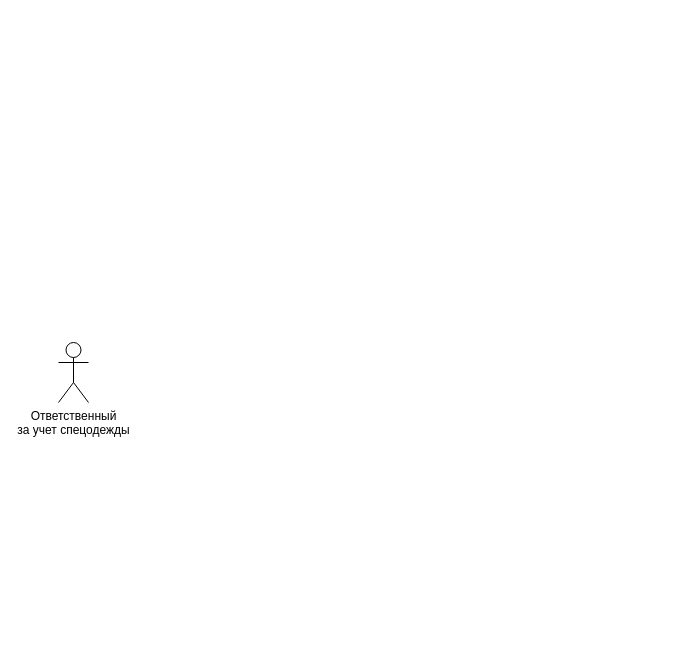
Earlier version of the draw.io diagram docs/diagrams/UseCases.drawio (magarich228/UniformAccountingSystem). Source tidied: cells renumbered, new cells numbered last; positions are measured from the earlier drawing's top-left corner, leaving out a move shared by most shapes. Both pictures are drawn from the tidied source at 100%, with x=0, y=0 at pixel (58, 342).
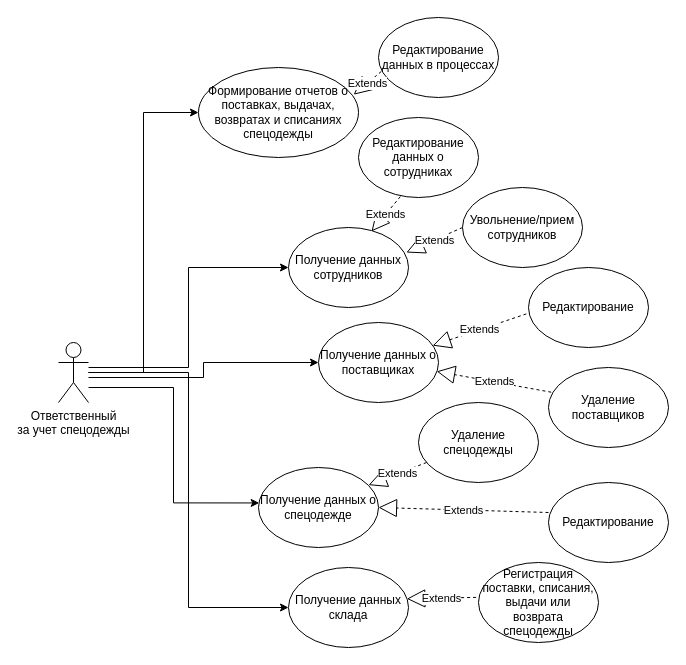
After the change.

Commit message:
Реализована диаграмма вариантов использования.

The change refers to these unchanged cells:
```xml
<mxCell id="2" value="Ответственный&lt;br&gt;за учет спецодежды" style="shape=umlActor;verticalLabelPosition=bottom;verticalAlign=top;html=1;outlineConnect=0;" parent="1" vertex="1">
  <mxGeometry width="30" height="60" as="geometry" />
</mxCell>
```

The edit, as a diff of the source:
```diff
@@
+    <mxCell id="3" style="edgeStyle=orthogonalEdgeStyle;rounded=0;jettySize=auto;html=1;entryX=0;entryY=0.5;entryDx=0;entryDy=0;" parent="1" edge="1" source="2" target="8">
+      <mxGeometry relative="1" as="geometry">
+        <Array as="points">
+          <mxPoint x="130" y="25" />
+          <mxPoint x="130" y="-75" />
+        </Array>
+      </mxGeometry>
+    </mxCell>
+    <mxCell id="4" style="edgeStyle=orthogonalEdgeStyle;rounded=0;jettySize=auto;html=1;entryX=0;entryY=0.5;entryDx=0;entryDy=0;" parent="1" edge="1" source="2" target="13">
+      <mxGeometry relative="1" as="geometry">
+        <Array as="points">
+          <mxPoint x="145" y="35" />
+          <mxPoint x="145" y="20" />
+        </Array>
+      </mxGeometry>
+    </mxCell>
+    <mxCell id="5" style="edgeStyle=orthogonalEdgeStyle;rounded=0;jettySize=auto;html=1;entryX=0.006;entryY=0.443;entryDx=0;entryDy=0;entryPerimeter=0;" parent="1" edge="1" source="2" target="18">
+      <mxGeometry relative="1" as="geometry">
+        <Array as="points">
+          <mxPoint x="115" y="45" />
+          <mxPoint x="115" y="160" />
+        </Array>
+      </mxGeometry>
+    </mxCell>
+    <mxCell id="6" style="edgeStyle=orthogonalEdgeStyle;rounded=0;jettySize=auto;html=1;entryX=0;entryY=0.5;entryDx=0;entryDy=0;" parent="1" edge="1" source="2" target="24">
+      <mxGeometry relative="1" as="geometry" />
+    </mxCell>
+    <mxCell id="7" style="edgeStyle=orthogonalEdgeStyle;rounded=0;jettySize=auto;html=1;entryX=0;entryY=0.5;entryDx=0;entryDy=0;" parent="1" edge="1" source="2" target="23">
+      <mxGeometry relative="1" as="geometry" />
+    </mxCell>
@@
+    <mxCell id="8" value="Получение данных сотрудников" style="ellipse;whiteSpace=wrap;html=1;" parent="1" vertex="1">
+      <mxGeometry x="230" y="-115" width="120" height="80" as="geometry" />
+    </mxCell>
+    <mxCell id="9" value="Редактирование данных о сотрудниках" style="ellipse;whiteSpace=wrap;html=1;" parent="1" vertex="1">
+      <mxGeometry x="300" y="-225" width="120" height="80" as="geometry" />
+    </mxCell>
+    <mxCell id="10" value="Увольнение/прием сотрудников" style="ellipse;whiteSpace=wrap;html=1;" parent="1" vertex="1">
+      <mxGeometry x="404" y="-155" width="120" height="80" as="geometry" />
+    </mxCell>
+    <mxCell id="11" value="Extends" style="endArrow=block;endSize=16;endFill=0;html=1;rounded=0;dashed=1;exitX=0.349;exitY=0.988;exitDx=0;exitDy=0;exitPerimeter=0;entryX=0.692;entryY=0.048;entryDx=0;entryDy=0;entryPerimeter=0;" parent="1" edge="1" source="9" target="8">
+      <mxGeometry relative="1" as="geometry" />
+    </mxCell>
+    <mxCell id="12" value="Extends" style="endArrow=block;endSize=16;endFill=0;html=1;rounded=0;dashed=1;exitX=0;exitY=0.5;exitDx=0;exitDy=0;entryX=0.982;entryY=0.313;entryDx=0;entryDy=0;entryPerimeter=0;" parent="1" edge="1" source="10" target="8">
+      <mxGeometry relative="1" as="geometry" />
+    </mxCell>
+    <mxCell id="13" value="Получение данных о поставщиках" style="ellipse;whiteSpace=wrap;html=1;" parent="1" vertex="1">
+      <mxGeometry x="260" y="-20" width="120" height="80" as="geometry" />
+    </mxCell>
+    <mxCell id="14" value="Редактирование" style="ellipse;whiteSpace=wrap;html=1;" parent="1" vertex="1">
+      <mxGeometry x="470" y="-75" width="120" height="80" as="geometry" />
+    </mxCell>
+    <mxCell id="15" value="Удаление поставщиков" style="ellipse;whiteSpace=wrap;html=1;" parent="1" vertex="1">
+      <mxGeometry x="490" y="25" width="120" height="80" as="geometry" />
+    </mxCell>
+    <mxCell id="16" value="Extends" style="endArrow=block;endSize=16;endFill=0;html=1;rounded=0;dashed=1;exitX=-0.018;exitY=0.58;exitDx=0;exitDy=0;entryX=0.951;entryY=0.289;entryDx=0;entryDy=0;entryPerimeter=0;exitPerimeter=0;" parent="1" edge="1" source="14" target="13">
+      <mxGeometry relative="1" as="geometry" />
+    </mxCell>
+    <mxCell id="17" value="Extends" style="endArrow=block;endSize=16;endFill=0;html=1;rounded=0;dashed=1;exitX=0.023;exitY=0.309;exitDx=0;exitDy=0;entryX=0.985;entryY=0.611;entryDx=0;entryDy=0;entryPerimeter=0;exitPerimeter=0;" parent="1" edge="1" source="15" target="13">
+      <mxGeometry relative="1" as="geometry" />
+    </mxCell>
+    <mxCell id="18" value="Получение данных о спецодежде" style="ellipse;whiteSpace=wrap;html=1;" parent="1" vertex="1">
+      <mxGeometry x="200" y="125" width="120" height="80" as="geometry" />
+    </mxCell>
+    <mxCell id="19" value="Редактирование" style="ellipse;whiteSpace=wrap;html=1;" parent="1" vertex="1">
+      <mxGeometry x="490" y="140" width="120" height="80" as="geometry" />
+    </mxCell>
+    <mxCell id="20" value="Extends" style="endArrow=block;endSize=16;endFill=0;html=1;rounded=0;dashed=1;exitX=0;exitY=0.375;exitDx=0;exitDy=0;entryX=1;entryY=0.5;entryDx=0;entryDy=0;exitPerimeter=0;" parent="1" edge="1" source="19" target="18">
+      <mxGeometry relative="1" as="geometry" />
+    </mxCell>
+    <mxCell id="21" value="Удаление спецодежды" style="ellipse;whiteSpace=wrap;html=1;" parent="1" vertex="1">
+      <mxGeometry x="360" y="60" width="120" height="80" as="geometry" />
+    </mxCell>
+    <mxCell id="22" value="Extends" style="endArrow=block;endSize=16;endFill=0;html=1;rounded=0;dashed=1;entryX=0.917;entryY=0.22;entryDx=0;entryDy=0;entryPerimeter=0;" parent="1" edge="1" source="21" target="18">
+      <mxGeometry relative="1" as="geometry" />
+    </mxCell>
+    <mxCell id="23" value="Получение данных склада" style="ellipse;whiteSpace=wrap;html=1;" parent="1" vertex="1">
+      <mxGeometry x="230" y="225" width="120" height="80" as="geometry" />
+    </mxCell>
+    <mxCell id="24" value="Формирование отчетов о поставках, выдачах, возвратах и списаниях спецодежды" style="ellipse;whiteSpace=wrap;html=1;" parent="1" vertex="1">
+      <mxGeometry x="140" y="-275" width="160" height="90" as="geometry" />
+    </mxCell>
+    <mxCell id="25" value="Регистрация поставки, списания, выдачи или возврата спецодежды" style="ellipse;whiteSpace=wrap;html=1;" parent="1" vertex="1">
+      <mxGeometry x="420" y="220" width="120" height="80" as="geometry" />
+    </mxCell>
+    <mxCell id="26" value="Редактирование данных в процессах" style="ellipse;whiteSpace=wrap;html=1;" parent="1" vertex="1">
+      <mxGeometry x="320" y="-325" width="120" height="80" as="geometry" />
+    </mxCell>
+    <mxCell id="27" value="Extends" style="endArrow=block;endSize=16;endFill=0;html=1;rounded=0;dashed=1;exitX=0.023;exitY=0.675;exitDx=0;exitDy=0;exitPerimeter=0;entryX=0.97;entryY=0.302;entryDx=0;entryDy=0;entryPerimeter=0;" parent="1" edge="1" source="26" target="24">
+      <mxGeometry relative="1" as="geometry" />
+    </mxCell>
+    <mxCell id="28" value="Extends" style="endArrow=block;endSize=16;endFill=0;html=1;rounded=0;dashed=1;exitX=-0.02;exitY=0.436;exitDx=0;exitDy=0;entryX=0.986;entryY=0.391;entryDx=0;entryDy=0;exitPerimeter=0;entryPerimeter=0;" parent="1" edge="1" source="25" target="23">
+      <mxGeometry relative="1" as="geometry" />
+    </mxCell>
```
